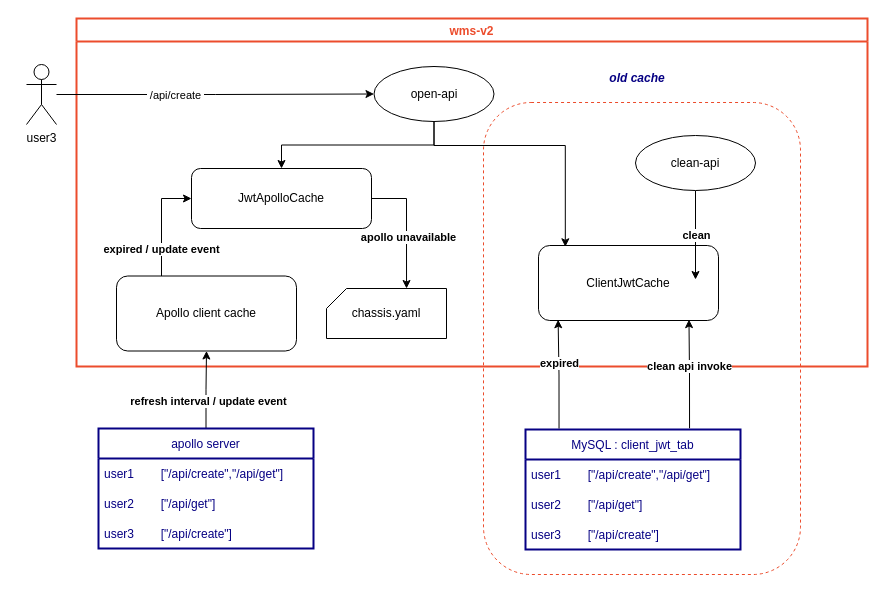
This is jwt-merge-desc.drawio from yindongjun/drawio-2, a draw.io file, before an edit. Source tidied: cells renumbered, new cells numbered last; positions are measured from the earlier drawing's top-left corner, leaving out a move shared by most shapes. Both pictures are drawn from the tidied source at 100%, with x=0, y=0 at pixel (26, 18).
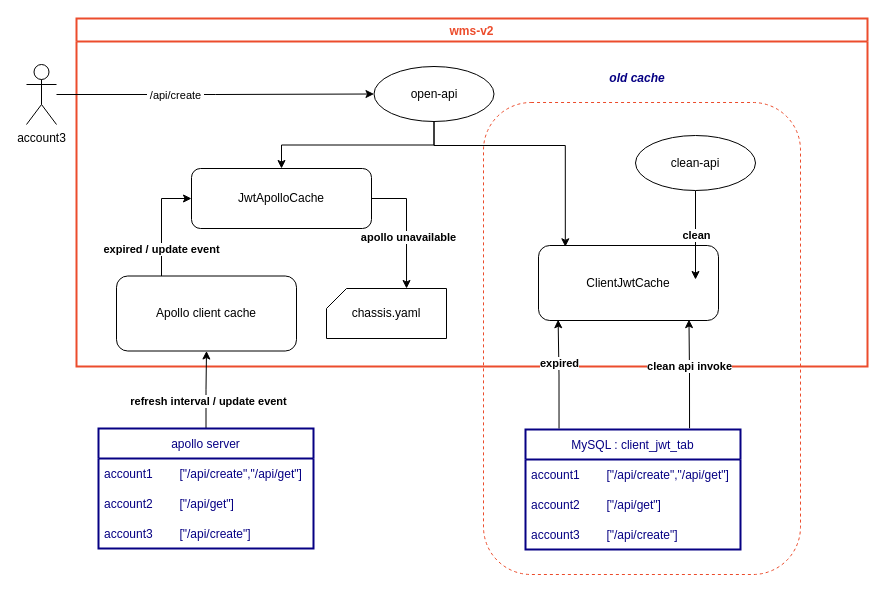
Above is the later version.

The change refers to these unchanged cells:
```xml
<mxCell id="22" value="apollo server" style="swimlane;fontStyle=0;horizontal=1;startSize=30;strokeColor=#060083;strokeWidth=2;fontColor=#060083;" parent="1" vertex="1">
  <mxGeometry x="72" y="410" width="215" height="120" as="geometry" />
</mxCell>
<mxCell id="26" value="MySQL : client_jwt_tab" style="swimlane;fontStyle=0;horizontal=1;startSize=30;strokeColor=#060083;strokeWidth=2;fontColor=#060083;" parent="1" vertex="1">
  <mxGeometry x="499" y="411" width="215" height="120" as="geometry" />
</mxCell>
```

Change to the diagram source:
```diff
@@
-    <mxCell id="19" value="user3" style="shape=umlActor;verticalLabelPosition=bottom;verticalAlign=top;html=1;outlineConnect=0;" parent="1" vertex="1">
+    <mxCell id="19" value="account3" style="shape=umlActor;verticalLabelPosition=bottom;verticalAlign=top;html=1;outlineConnect=0;" parent="1" vertex="1">
       <mxGeometry y="46" width="30" height="60" as="geometry" />
     </mxCell>
@@
-    <mxCell id="23" value="user1        [&quot;/api/create&quot;,&quot;/api/get&quot;]" style="text;strokeColor=none;fillColor=none;align=left;verticalAlign=middle;spacingLeft=4;spacingRight=4;overflow=hidden;fontColor=#060083;" parent="22" vertex="1">
+    <mxCell id="23" value="account1        [&quot;/api/create&quot;,&quot;/api/get&quot;]" style="text;strokeColor=none;fillColor=none;align=left;verticalAlign=middle;spacingLeft=4;spacingRight=4;overflow=hidden;fontColor=#060083;" parent="22" vertex="1">
       <mxGeometry y="30" width="215" height="30" as="geometry" />
     </mxCell>
-    <mxCell id="24" value="user2        [&quot;/api/get&quot;]" style="text;strokeColor=none;fillColor=none;align=left;verticalAlign=middle;spacingLeft=4;spacingRight=4;overflow=hidden;fontColor=#060083;" parent="22" vertex="1">
+    <mxCell id="24" value="account2        [&quot;/api/get&quot;]" style="text;strokeColor=none;fillColor=none;align=left;verticalAlign=middle;spacingLeft=4;spacingRight=4;overflow=hidden;fontColor=#060083;" parent="22" vertex="1">
       <mxGeometry y="60" width="215" height="30" as="geometry" />
     </mxCell>
-    <mxCell id="25" value="user3        [&quot;/api/create&quot;]" style="text;strokeColor=none;fillColor=none;align=left;verticalAlign=middle;spacingLeft=4;spacingRight=4;overflow=hidden;fontColor=#060083;" parent="22" vertex="1">
+    <mxCell id="25" value="account3        [&quot;/api/create&quot;]" style="text;strokeColor=none;fillColor=none;align=left;verticalAlign=middle;spacingLeft=4;spacingRight=4;overflow=hidden;fontColor=#060083;" parent="22" vertex="1">
       <mxGeometry y="90" width="215" height="30" as="geometry" />
     </mxCell>
@@
-    <mxCell id="27" value="user1        [&quot;/api/create&quot;,&quot;/api/get&quot;]" style="text;strokeColor=none;fillColor=none;align=left;verticalAlign=middle;spacingLeft=4;spacingRight=4;overflow=hidden;fontColor=#060083;" parent="26" vertex="1">
+    <mxCell id="27" value="account1        [&quot;/api/create&quot;,&quot;/api/get&quot;]" style="text;strokeColor=none;fillColor=none;align=left;verticalAlign=middle;spacingLeft=4;spacingRight=4;overflow=hidden;fontColor=#060083;" parent="26" vertex="1">
       <mxGeometry y="30" width="215" height="30" as="geometry" />
     </mxCell>
-    <mxCell id="28" value="user2        [&quot;/api/get&quot;]" style="text;strokeColor=none;fillColor=none;align=left;verticalAlign=middle;spacingLeft=4;spacingRight=4;overflow=hidden;fontColor=#060083;" parent="26" vertex="1">
+    <mxCell id="28" value="account2        [&quot;/api/get&quot;]" style="text;strokeColor=none;fillColor=none;align=left;verticalAlign=middle;spacingLeft=4;spacingRight=4;overflow=hidden;fontColor=#060083;" parent="26" vertex="1">
       <mxGeometry y="60" width="215" height="30" as="geometry" />
     </mxCell>
-    <mxCell id="29" value="user3        [&quot;/api/create&quot;]" style="text;strokeColor=none;fillColor=none;align=left;verticalAlign=middle;spacingLeft=4;spacingRight=4;overflow=hidden;fontColor=#060083;" parent="26" vertex="1">
+    <mxCell id="29" value="account3        [&quot;/api/create&quot;]" style="text;strokeColor=none;fillColor=none;align=left;verticalAlign=middle;spacingLeft=4;spacingRight=4;overflow=hidden;fontColor=#060083;" parent="26" vertex="1">
       <mxGeometry y="90" width="215" height="30" as="geometry" />
     </mxCell>
```
